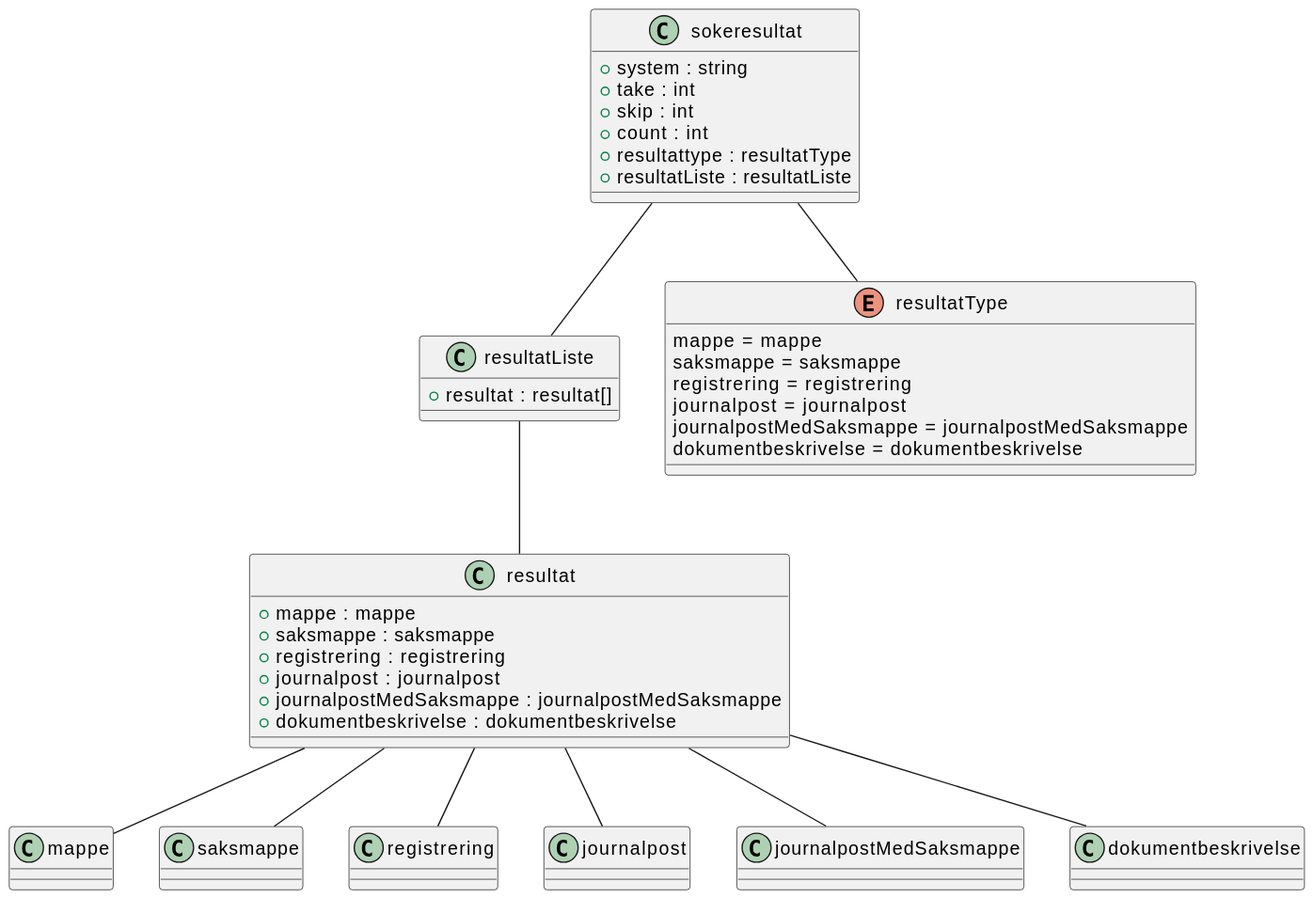
Above: Dokumentasjon/V1/SchemaModels/no/ks/fiks/arkiv/v1/innsyn/sok/resultat/utvidet-relations.svg in ks-no/fiks-arkiv-specification (PlantUML), before the change.
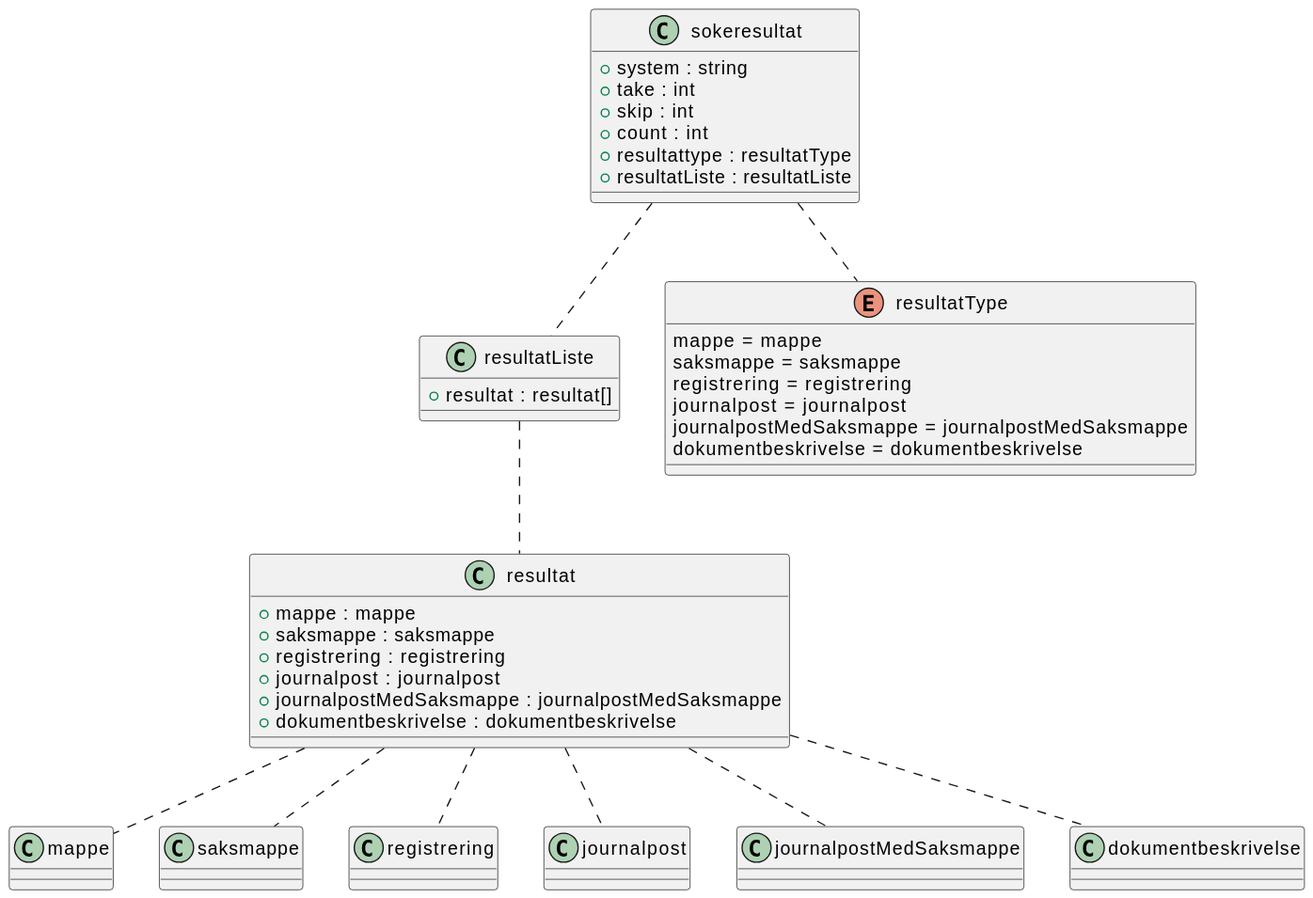
After the commit.

The edit, as a diff of the source:
```diff
@@ -1,39 +1,15 @@
 @startuml
-class resultat {
-    +mappe : mappe
-    +saksmappe : saksmappe
-    +registrering : registrering
-    +journalpost : journalpost
-    +journalpostMedSaksmappe : journalpostMedSaksmappe
-    +dokumentbeskrivelse : dokumentbeskrivelse
-}
-resultat -- mappe
-resultat -- saksmappe
-resultat -- registrering
-resultat -- journalpost
-resultat -- journalpostMedSaksmappe
-resultat -- dokumentbeskrivelse
+!include utvidet.pu
 
-class resultatListe {
-    +resultat : resultat[]
-}
-resultatListe -- resultat
-enum resultatType {
-    mappe = mappe
-    saksmappe = saksmappe
-    registrering = registrering
-    journalpost = journalpost
-    journalpostMedSaksmappe = journalpostMedSaksmappe
-    dokumentbeskrivelse = dokumentbeskrivelse
-}
-class sokeresultat {
-    +system : string
-    +take : int
-    +skip : int
-    +count : int
-    +resultattype : resultatType
-    +resultatListe : resultatListe
-}
-sokeresultat -- resultatType
-sokeresultat -- resultatListe
+resultat .. mappe
+resultat .. saksmappe
+resultat .. registrering
+resultat .. journalpost
+resultat .. journalpostMedSaksmappe
+resultat .. dokumentbeskrivelse
+
+resultatListe .. resultat
+
+sokeresultat .. resultatType
+sokeresultat .. resultatListe
 @enduml
```
